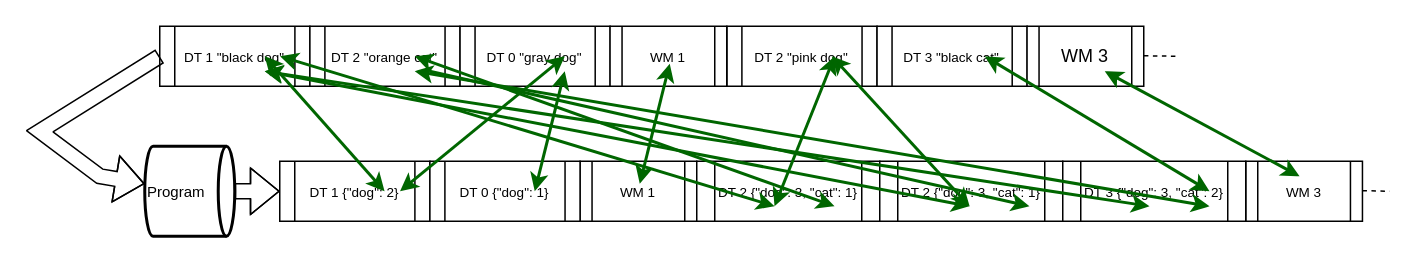
Above: presentations/verified_time_aware_stream_processing/correctness.drawio in rafaelcgs10/rafaelcgs10.github.io (draw.io), before the change. Source tidied: cells renumbered, new cells numbered last; positions are measured from the earlier drawing's top-left corner, leaving out a move shared by most shapes. Both pictures are drawn from the tidied source at 150%, with x=0, y=0 at pixel (39, 26).
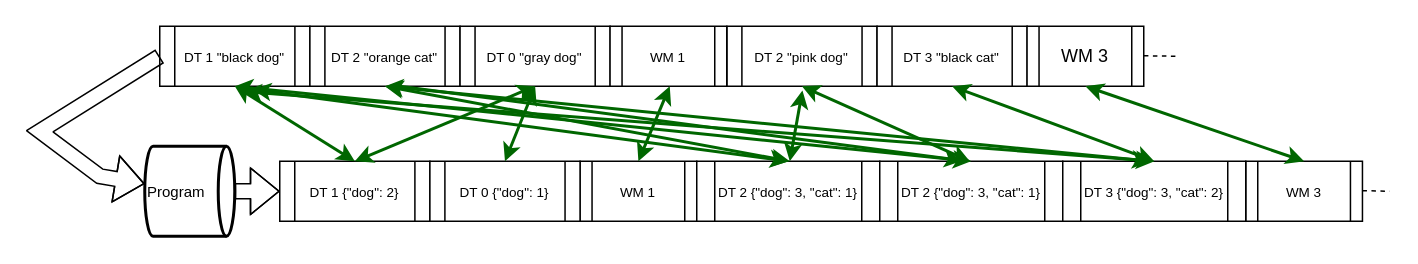
After the change.

Unchanged cells that the change refers to:
```xml
<mxCell id="2" value="&lt;font style=&quot;font-size: 9px;&quot;&gt;WM 1&lt;/font&gt;" style="shape=process;whiteSpace=wrap;html=1;backgroundOutline=1;" parent="1" vertex="1">
  <mxGeometry x="360.2" y="90" width="77.8" height="40" as="geometry" />
</mxCell>
<mxCell id="3" value="&lt;font style=&quot;font-size: 9px;&quot;&gt;DT 1 {&quot;dog&quot;: 2}&lt;/font&gt;" style="shape=process;whiteSpace=wrap;html=1;backgroundOutline=1;" parent="1" vertex="1">
  <mxGeometry x="160" y="90" width="100.1" height="40" as="geometry" />
</mxCell>
<mxCell id="4" value="&lt;font style=&quot;font-size: 9px;&quot;&gt;DT 0 {&quot;dog&quot;: 1}&lt;/font&gt;" style="shape=process;whiteSpace=wrap;html=1;backgroundOutline=1;" parent="1" vertex="1">
  <mxGeometry x="260.1" y="90" width="100.1" height="40" as="geometry" />
</mxCell>
<mxCell id="5" value="&lt;font style=&quot;font-size: 9px;&quot;&gt;DT 2 {&quot;dog&quot;: 3, &quot;cat&quot;: 1}&lt;/font&gt;" style="shape=process;whiteSpace=wrap;html=1;backgroundOutline=1;" parent="1" vertex="1">
  <mxGeometry x="438" y="90" width="122" height="40" as="geometry" />
</mxCell>
<mxCell id="6" value="&lt;font style=&quot;font-size: 9px;&quot;&gt;DT 2 {&quot;dog&quot;: 3, &quot;cat&quot;: 1}&lt;/font&gt;" style="shape=process;whiteSpace=wrap;html=1;backgroundOutline=1;" parent="1" vertex="1">
  <mxGeometry x="560" y="90" width="122" height="40" as="geometry" />
</mxCell>
<mxCell id="7" value="&lt;font style=&quot;font-size: 9px;&quot;&gt;WM 3&lt;/font&gt;" style="shape=process;whiteSpace=wrap;html=1;backgroundOutline=1;" parent="1" vertex="1">
  <mxGeometry x="804" y="90" width="77.8" height="40" as="geometry" />
</mxCell>
<mxCell id="8" value="&lt;font style=&quot;font-size: 9px;&quot;&gt;DT 3 {&quot;dog&quot;: 3, &quot;cat&quot;: 2}&lt;/font&gt;" style="shape=process;whiteSpace=wrap;html=1;backgroundOutline=1;" parent="1" vertex="1">
  <mxGeometry x="682" y="90" width="122" height="40" as="geometry" />
</mxCell>
<mxCell id="10" value="&lt;font style=&quot;font-size: 9px;&quot;&gt;DT 2 &quot;pink dog&quot;&lt;/font&gt;" style="shape=process;whiteSpace=wrap;html=1;backgroundOutline=1;" parent="1" vertex="1">
  <mxGeometry x="458.1" width="100.1" height="40" as="geometry" />
</mxCell>
<mxCell id="11" value="&lt;font style=&quot;font-size: 9px;&quot;&gt;DT 3 &quot;black cat&quot;&lt;/font&gt;" style="shape=process;whiteSpace=wrap;html=1;backgroundOutline=1;" parent="1" vertex="1">
  <mxGeometry x="558.2" width="100.1" height="40" as="geometry" />
</mxCell>
<mxCell id="12" value="WM 3" style="shape=process;whiteSpace=wrap;html=1;backgroundOutline=1;" parent="1" vertex="1">
  <mxGeometry x="658.2" width="77.8" height="40" as="geometry" />
</mxCell>
<mxCell id="14" value="&lt;font style=&quot;font-size: 9px;&quot;&gt;DT 1 &quot;black dog&quot;&lt;/font&gt;" style="shape=process;whiteSpace=wrap;html=1;backgroundOutline=1;" parent="1" vertex="1">
  <mxGeometry x="80" width="100.1" height="40" as="geometry" />
</mxCell>
<mxCell id="15" value="&lt;font style=&quot;font-size: 9px;&quot;&gt;DT 2 &quot;orange cat&quot;&lt;/font&gt;" style="shape=process;whiteSpace=wrap;html=1;backgroundOutline=1;" parent="1" vertex="1">
  <mxGeometry x="180.1" width="100.1" height="40" as="geometry" />
</mxCell>
<mxCell id="16" value="&lt;font style=&quot;font-size: 9px;&quot;&gt;DT 0 &quot;gray dog&quot;&lt;/font&gt;" style="shape=process;whiteSpace=wrap;html=1;backgroundOutline=1;" parent="1" vertex="1">
  <mxGeometry x="280.2" width="100.1" height="40" as="geometry" />
</mxCell>
```

What changed in the source:
```diff
@@
-    <mxCell id="21" style="endArrow=classic;html=1;rounded=0;entryX=0.698;entryY=0.5;entryDx=0;entryDy=0;entryPerimeter=0;exitX=0.699;exitY=0.5;exitDx=0;exitDy=0;exitPerimeter=0;strokeColor=#006600;strokeWidth=2;startArrow=classic;startFill=1;" parent="1" edge="1" source="14" target="3">
+    <mxCell id="21" style="endArrow=classic;html=1;rounded=0;entryX=0.5;entryY=0;entryDx=0;entryDy=0;exitX=0.5;exitY=1;exitDx=0;exitDy=0;strokeColor=#006600;strokeWidth=2;startArrow=classic;startFill=1;" parent="1" edge="1" source="14" target="3">
       <mxGeometry relative="1" as="geometry" />
     </mxCell>
-    <mxCell id="22" style="endArrow=classic;html=1;rounded=0;entryX=0.698;entryY=0.5;entryDx=0;entryDy=0;entryPerimeter=0;strokeColor=#006600;strokeWidth=2;exitX=0.698;exitY=0.5;exitDx=0;exitDy=0;exitPerimeter=0;startArrow=classic;startFill=1;" parent="1" edge="1" source="16">
-      <mxGeometry relative="1" as="geometry">
-        <mxPoint x="240.2" y="110" as="targetPoint" />
-      </mxGeometry>
+    <mxCell id="22" style="endArrow=classic;html=1;rounded=0;entryX=0.5;entryY=0;entryDx=0;entryDy=0;strokeColor=#006600;strokeWidth=2;exitX=0.5;exitY=1;exitDx=0;exitDy=0;startArrow=classic;startFill=1;" parent="1" edge="1" source="16" target="3">
+      <mxGeometry relative="1" as="geometry" />
     </mxCell>
-    <mxCell id="23" style="endArrow=classic;html=1;rounded=0;strokeColor=#006600;strokeWidth=2;startArrow=classic;startFill=1;" parent="1" edge="1">
-      <mxGeometry relative="1" as="geometry">
-        <mxPoint x="350" y="30" as="sourcePoint" />
-        <mxPoint x="330" y="110" as="targetPoint" />
-      </mxGeometry>
+    <mxCell id="23" style="endArrow=classic;html=1;rounded=0;strokeColor=#006600;strokeWidth=2;startArrow=classic;startFill=1;entryX=0.5;entryY=0;entryDx=0;entryDy=0;exitX=0.5;exitY=1;exitDx=0;exitDy=0;" parent="1" edge="1" source="16" target="4">
+      <mxGeometry relative="1" as="geometry" />
     </mxCell>
-    <mxCell id="24" style="endArrow=classic;html=1;rounded=0;strokeColor=#006600;strokeWidth=2;startArrow=classic;startFill=1;" parent="1" edge="1">
+    <mxCell id="24" style="endArrow=classic;html=1;rounded=0;strokeColor=#006600;strokeWidth=2;startArrow=classic;startFill=1;entryX=0.5;entryY=0;entryDx=0;entryDy=0;" parent="1" edge="1" target="2">
       <mxGeometry relative="1" as="geometry">
-        <mxPoint x="420" y="25" as="sourcePoint" />
-        <mxPoint x="400" y="105" as="targetPoint" />
+        <mxPoint x="420" y="40" as="sourcePoint" />
       </mxGeometry>
     </mxCell>
-    <mxCell id="25" style="endArrow=classic;html=1;rounded=0;exitX=0.699;exitY=0.5;exitDx=0;exitDy=0;exitPerimeter=0;strokeColor=#006600;strokeWidth=2;entryX=0.425;entryY=0.75;entryDx=0;entryDy=0;entryPerimeter=0;startArrow=classic;startFill=1;" parent="1" edge="1" target="5">
-      <mxGeometry relative="1" as="geometry">
-        <mxPoint x="160.2" y="20" as="sourcePoint" />
-      </mxGeometry>
+    <mxCell id="25" style="endArrow=classic;html=1;rounded=0;exitX=0.62;exitY=1.055;exitDx=0;exitDy=0;exitPerimeter=0;strokeColor=#006600;strokeWidth=2;entryX=0.5;entryY=0;entryDx=0;entryDy=0;startArrow=classic;startFill=1;" parent="1" edge="1" source="14" target="5">
+      <mxGeometry relative="1" as="geometry" />
     </mxCell>
-    <mxCell id="26" style="endArrow=classic;html=1;rounded=0;strokeColor=#006600;strokeWidth=2;entryX=0.491;entryY=0.75;entryDx=0;entryDy=0;entryPerimeter=0;startArrow=classic;startFill=1;" parent="1" edge="1" target="6">
-      <mxGeometry relative="1" as="geometry">
-        <mxPoint x="150" y="30" as="sourcePoint" />
-      </mxGeometry>
+    <mxCell id="26" style="endArrow=classic;html=1;rounded=0;strokeColor=#006600;strokeWidth=2;entryX=0.5;entryY=0;entryDx=0;entryDy=0;startArrow=classic;startFill=1;exitX=0.5;exitY=1;exitDx=0;exitDy=0;" parent="1" edge="1" source="14" target="6">
+      <mxGeometry relative="1" as="geometry" />
     </mxCell>
-    <mxCell id="27" style="endArrow=classic;html=1;rounded=0;strokeColor=#006600;strokeWidth=2;entryX=0.474;entryY=0.75;entryDx=0;entryDy=0;entryPerimeter=0;startArrow=classic;startFill=1;" parent="1" edge="1" target="8">
-      <mxGeometry relative="1" as="geometry">
-        <mxPoint x="150" y="30" as="sourcePoint" />
-      </mxGeometry>
+    <mxCell id="27" style="endArrow=classic;html=1;rounded=0;strokeColor=#006600;strokeWidth=2;entryX=0.5;entryY=0;entryDx=0;entryDy=0;startArrow=classic;startFill=1;exitX=0.558;exitY=1.09;exitDx=0;exitDy=0;exitPerimeter=0;" parent="1" edge="1" source="14" target="8">
+      <mxGeometry relative="1" as="geometry" />
     </mxCell>
-    <mxCell id="28" style="endArrow=classic;html=1;rounded=0;strokeColor=#006600;strokeWidth=2;entryX=0.461;entryY=0.25;entryDx=0;entryDy=0;entryPerimeter=0;startArrow=classic;startFill=1;" parent="1" edge="1" target="7">
-      <mxGeometry relative="1" as="geometry">
-        <mxPoint x="710" y="30" as="sourcePoint" />
-      </mxGeometry>
+    <mxCell id="28" style="endArrow=classic;html=1;rounded=0;strokeColor=#006600;strokeWidth=2;entryX=0.5;entryY=0;entryDx=0;entryDy=0;startArrow=classic;startFill=1;exitX=0.5;exitY=1;exitDx=0;exitDy=0;" parent="1" edge="1" source="12" target="7">
+      <mxGeometry relative="1" as="geometry" />
     </mxCell>
-    <mxCell id="29" style="endArrow=classic;html=1;rounded=0;entryX=0.425;entryY=0.75;entryDx=0;entryDy=0;entryPerimeter=0;strokeColor=#006600;strokeWidth=2;exitX=0.698;exitY=0.5;exitDx=0;exitDy=0;exitPerimeter=0;startArrow=classic;startFill=1;" parent="1" edge="1" target="5">
+    <mxCell id="29" style="endArrow=classic;html=1;rounded=0;strokeColor=#006600;strokeWidth=2;exitX=0.503;exitY=1.07;exitDx=0;exitDy=0;exitPerimeter=0;startArrow=classic;startFill=1;" parent="1" edge="1" source="10">
       <mxGeometry relative="1" as="geometry">
-        <mxPoint x="529.9" y="20" as="sourcePoint" />
+        <mxPoint x="500" y="90" as="targetPoint" />
       </mxGeometry>
     </mxCell>
-    <mxCell id="30" style="endArrow=classic;html=1;rounded=0;entryX=0.491;entryY=0.75;entryDx=0;entryDy=0;entryPerimeter=0;strokeColor=#006600;strokeWidth=2;exitX=0.698;exitY=0.5;exitDx=0;exitDy=0;exitPerimeter=0;startArrow=classic;startFill=1;" parent="1" edge="1" target="6">
+    <mxCell id="30" style="endArrow=classic;html=1;rounded=0;strokeColor=#006600;strokeWidth=2;exitX=0.5;exitY=1;exitDx=0;exitDy=0;startArrow=classic;startFill=1;" parent="1" edge="1" source="10">
       <mxGeometry relative="1" as="geometry">
-        <mxPoint x="528" y="20" as="sourcePoint" />
+        <mxPoint x="620" y="90" as="targetPoint" />
       </mxGeometry>
     </mxCell>
-    <mxCell id="31" style="endArrow=classic;html=1;rounded=0;entryX=0.753;entryY=0.75;entryDx=0;entryDy=0;entryPerimeter=0;exitX=0.699;exitY=0.5;exitDx=0;exitDy=0;exitPerimeter=0;strokeColor=#006600;strokeWidth=2;startArrow=classic;startFill=1;" parent="1" edge="1" target="5">
+    <mxCell id="31" style="endArrow=classic;html=1;rounded=0;exitX=0.5;exitY=1;exitDx=0;exitDy=0;strokeColor=#006600;strokeWidth=2;startArrow=classic;startFill=1;" parent="1" edge="1" source="15">
       <mxGeometry relative="1" as="geometry">
-        <mxPoint x="250" y="20" as="sourcePoint" />
+        <mxPoint x="500" y="90" as="targetPoint" />
       </mxGeometry>
     </mxCell>
-    <mxCell id="32" style="endArrow=classic;html=1;rounded=0;entryX=0.818;entryY=0.75;entryDx=0;entryDy=0;entryPerimeter=0;exitX=0.699;exitY=0.5;exitDx=0;exitDy=0;exitPerimeter=0;strokeColor=#006600;strokeWidth=2;" parent="1" edge="1" target="6">
+    <mxCell id="32" style="endArrow=classic;html=1;rounded=0;entryX=0.452;entryY=-0.01;entryDx=0;entryDy=0;entryPerimeter=0;strokeColor=#006600;strokeWidth=2;" parent="1" edge="1" target="6">
       <mxGeometry relative="1" as="geometry">
-        <mxPoint x="260" y="30" as="sourcePoint" />
+        <mxPoint x="240" y="40" as="sourcePoint" />
       </mxGeometry>
     </mxCell>
-    <mxCell id="33" style="endArrow=classic;html=1;rounded=0;entryX=0.802;entryY=0.75;entryDx=0;entryDy=0;entryPerimeter=0;strokeColor=#006600;strokeWidth=2;startArrow=classic;startFill=1;" parent="1" edge="1" target="8">
-      <mxGeometry relative="1" as="geometry">
-        <mxPoint x="250" y="30" as="sourcePoint" />
-      </mxGeometry>
+    <mxCell id="33" style="endArrow=classic;html=1;rounded=0;entryX=0.479;entryY=0;entryDx=0;entryDy=0;entryPerimeter=0;strokeColor=#006600;strokeWidth=2;startArrow=classic;startFill=1;exitX=0.5;exitY=1;exitDx=0;exitDy=0;" parent="1" edge="1" source="15" target="8">
+      <mxGeometry relative="1" as="geometry" />
     </mxCell>
-    <mxCell id="34" style="endArrow=classic;html=1;rounded=0;entryX=0.802;entryY=0.5;entryDx=0;entryDy=0;entryPerimeter=0;strokeColor=#006600;strokeWidth=2;exitX=0.698;exitY=0.5;exitDx=0;exitDy=0;exitPerimeter=0;startArrow=classic;startFill=1;" parent="1" edge="1" target="8">
-      <mxGeometry relative="1" as="geometry">
-        <mxPoint x="630" y="20" as="sourcePoint" />
-      </mxGeometry>
+    <mxCell id="34" style="endArrow=classic;html=1;rounded=0;entryX=0.5;entryY=0;entryDx=0;entryDy=0;strokeColor=#006600;strokeWidth=2;exitX=0.5;exitY=1;exitDx=0;exitDy=0;startArrow=classic;startFill=1;" parent="1" edge="1" source="11" target="8">
+      <mxGeometry relative="1" as="geometry" />
     </mxCell>
```
